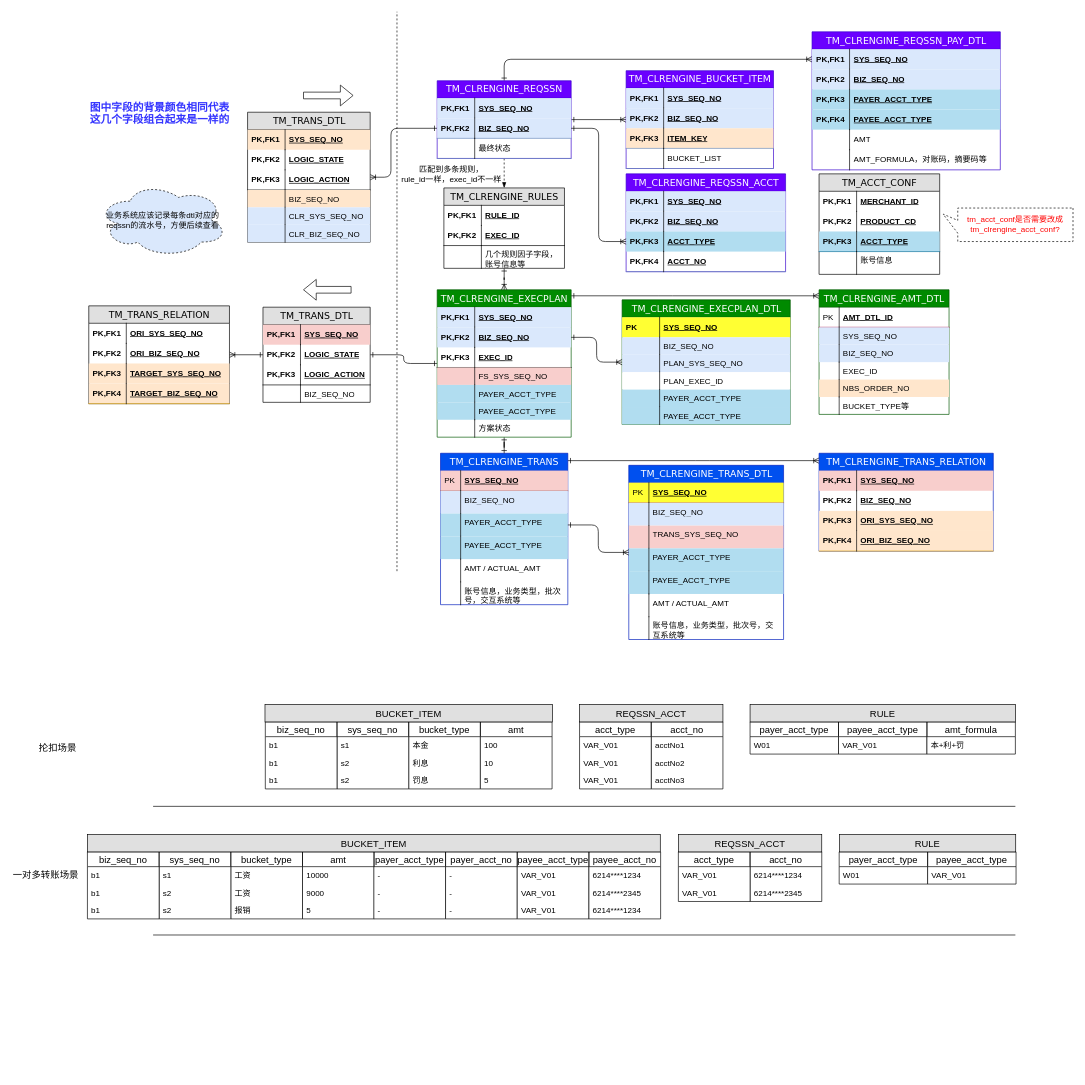
staconfree/design keeps this draw.io diagram as 清算引擎数据结构图.drawio. Above is the earlier version. Source tidied: cells renumbered, new cells numbered last; positions are measured from the earlier drawing's top-left corner, leaving out a move shared by most shapes. Both pictures are drawn from the tidied source at 67%, with x=0, y=0 at pixel (11, 11).
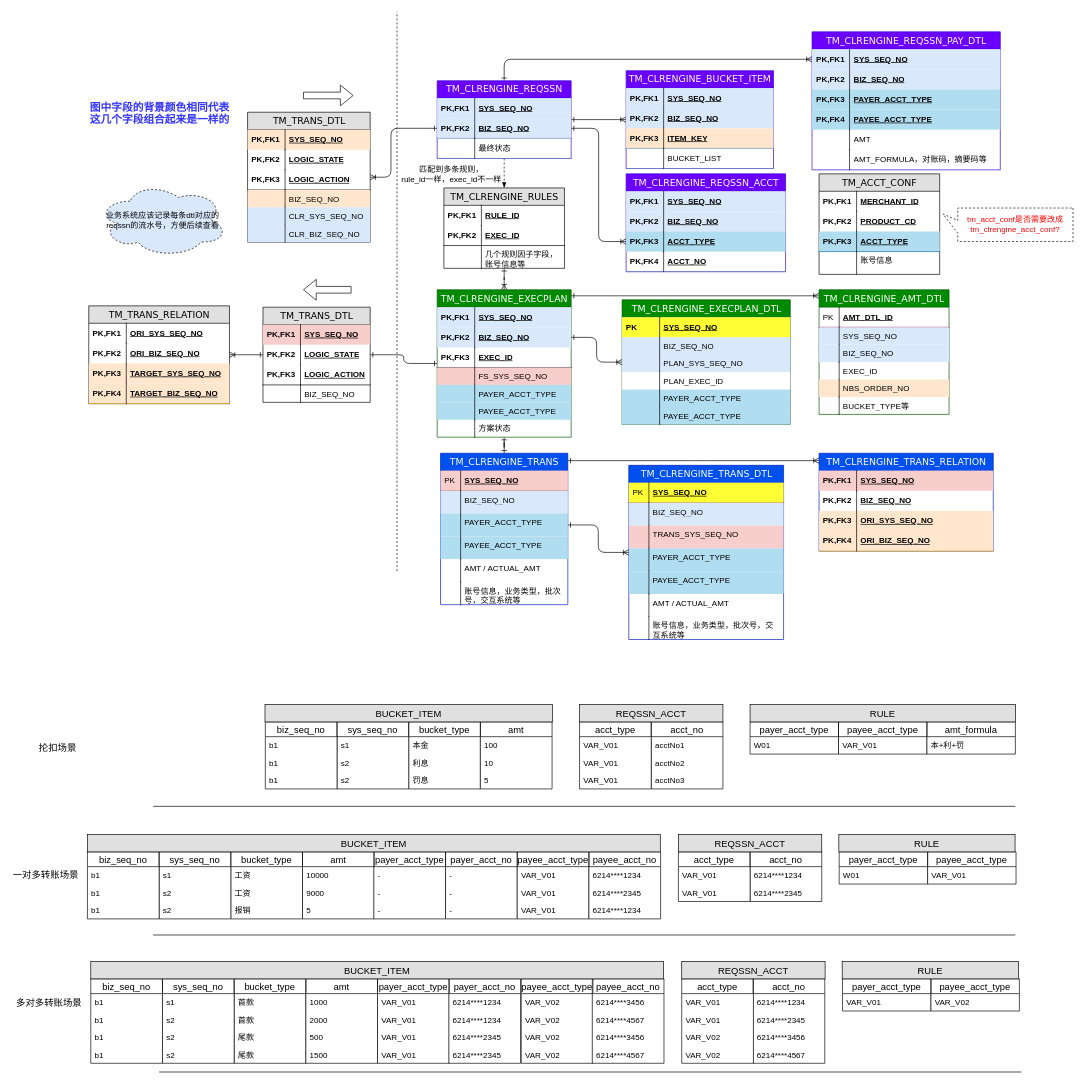
The same page after the edit.

Commit message (it also covers changes not shown here):
更新清算引擎数据结构图.drawio

Diff of the diagram source:
```diff
@@
     <mxCell id="265" value="RULE" style="text;align=center;verticalAlign=middle;spacingLeft=4;spacingRight=4;strokeColor=#000000;fillColor=#e0e0e0;fontSize=14;" parent="1" vertex="1">
-      <mxGeometry x="1236.5" y="1228" width="263" height="26" as="geometry" />
+      <mxGeometry x="1235.5" y="1228" width="263" height="26" as="geometry" />
     </mxCell>
@@
+    <mxCell id="267" value="bucket_type" style="swimlane;fontStyle=0;horizontal=1;startSize=22;fillColor=none;swimlaneFillColor=#ffffff;align=center;fontSize=14;" parent="1" vertex="1">
+      <mxGeometry x="333" y="1443.5" width="107" height="126" as="geometry" />
+    </mxCell>
+    <mxCell id="268" value="首款" style="text;strokeColor=none;fillColor=none;spacingLeft=4;spacingRight=4;overflow=hidden;fontSize=12;" parent="267" vertex="1">
+      <mxGeometry y="22" width="107" height="26" as="geometry" />
+    </mxCell>
+    <mxCell id="269" value="首款" style="text;strokeColor=none;fillColor=none;spacingLeft=4;spacingRight=4;overflow=hidden;fontSize=12;" parent="267" vertex="1">
+      <mxGeometry y="48" width="107" height="26" as="geometry" />
+    </mxCell>
+    <mxCell id="270" value="尾款" style="text;strokeColor=none;fillColor=none;spacingLeft=4;spacingRight=4;overflow=hidden;fontSize=12;" parent="267" vertex="1">
+      <mxGeometry y="74" width="107" height="26" as="geometry" />
+    </mxCell>
+    <mxCell id="271" value="尾款" style="text;strokeColor=none;fillColor=none;spacingLeft=4;spacingRight=4;overflow=hidden;fontSize=12;" parent="267" vertex="1">
+      <mxGeometry y="100" width="107" height="26" as="geometry" />
+    </mxCell>
+    <mxCell id="272" value="amt" style="swimlane;fontStyle=0;horizontal=1;startSize=22;fillColor=none;swimlaneFillColor=#ffffff;align=center;fontSize=14;" parent="1" vertex="1">
+      <mxGeometry x="440" y="1443.5" width="107" height="126" as="geometry" />
+    </mxCell>
+    <mxCell id="273" value="1000" style="text;strokeColor=none;fillColor=none;spacingLeft=4;spacingRight=4;overflow=hidden;fontSize=12;" parent="272" vertex="1">
+      <mxGeometry y="22" width="107" height="26" as="geometry" />
+    </mxCell>
+    <mxCell id="274" value="2000" style="text;strokeColor=none;fillColor=none;spacingLeft=4;spacingRight=4;overflow=hidden;fontSize=12;" parent="272" vertex="1">
+      <mxGeometry y="48" width="107" height="26" as="geometry" />
+    </mxCell>
+    <mxCell id="275" value="500" style="text;strokeColor=none;fillColor=none;spacingLeft=4;spacingRight=4;overflow=hidden;fontSize=12;" parent="272" vertex="1">
+      <mxGeometry y="74" width="107" height="26" as="geometry" />
+    </mxCell>
+    <mxCell id="276" value="1500" style="text;strokeColor=none;fillColor=none;spacingLeft=4;spacingRight=4;overflow=hidden;fontSize=12;" parent="272" vertex="1">
+      <mxGeometry y="100" width="107" height="26" as="geometry" />
+    </mxCell>
+    <mxCell id="277" value="payer_acct_type" style="swimlane;fontStyle=0;horizontal=1;startSize=22;fillColor=none;swimlaneFillColor=#ffffff;align=center;fontSize=14;" parent="1" vertex="1">
+      <mxGeometry x="547" y="1443.5" width="107" height="126" as="geometry" />
+    </mxCell>
+    <mxCell id="278" value="VAR_V01" style="text;strokeColor=none;fillColor=none;spacingLeft=4;spacingRight=4;overflow=hidden;fontSize=12;" parent="277" vertex="1">
+      <mxGeometry y="22" width="107" height="26" as="geometry" />
+    </mxCell>
+    <mxCell id="279" value="VAR_V01" style="text;strokeColor=none;fillColor=none;spacingLeft=4;spacingRight=4;overflow=hidden;fontSize=12;" parent="277" vertex="1">
+      <mxGeometry y="48" width="107" height="26" as="geometry" />
+    </mxCell>
+    <mxCell id="280" value="VAR_V01" style="text;strokeColor=none;fillColor=none;spacingLeft=4;spacingRight=4;overflow=hidden;fontSize=12;" parent="277" vertex="1">
+      <mxGeometry y="74" width="107" height="26" as="geometry" />
+    </mxCell>
+    <mxCell id="281" value="VAR_V01" style="text;strokeColor=none;fillColor=none;spacingLeft=4;spacingRight=4;overflow=hidden;fontSize=12;" parent="277" vertex="1">
+      <mxGeometry y="100" width="107" height="26" as="geometry" />
+    </mxCell>
+    <mxCell id="282" value="payer_acct_no" style="swimlane;fontStyle=0;horizontal=1;startSize=22;fillColor=none;swimlaneFillColor=#ffffff;align=center;fontSize=14;" parent="1" vertex="1">
+      <mxGeometry x="653.5" y="1443.5" width="107" height="126" as="geometry" />
+    </mxCell>
+    <mxCell id="283" value="6214****1234" style="text;strokeColor=none;fillColor=none;spacingLeft=4;spacingRight=4;overflow=hidden;fontSize=12;" parent="282" vertex="1">
+      <mxGeometry y="22" width="107" height="26" as="geometry" />
+    </mxCell>
+    <mxCell id="284" value="6214****1234" style="text;strokeColor=none;fillColor=none;spacingLeft=4;spacingRight=4;overflow=hidden;fontSize=12;" parent="282" vertex="1">
+      <mxGeometry y="48" width="107" height="26" as="geometry" />
+    </mxCell>
+    <mxCell id="285" value="6214****2345" style="text;strokeColor=none;fillColor=none;spacingLeft=4;spacingRight=4;overflow=hidden;fontSize=12;" parent="282" vertex="1">
+      <mxGeometry y="74" width="107" height="26" as="geometry" />
+    </mxCell>
+    <mxCell id="286" value="6214****2345" style="text;strokeColor=none;fillColor=none;spacingLeft=4;spacingRight=4;overflow=hidden;fontSize=12;" parent="282" vertex="1">
+      <mxGeometry y="100" width="107" height="26" as="geometry" />
+    </mxCell>
+    <mxCell id="287" value="payee_acct_type" style="swimlane;fontStyle=0;horizontal=1;startSize=22;fillColor=none;swimlaneFillColor=#ffffff;align=center;fontSize=14;" parent="1" vertex="1">
+      <mxGeometry x="761.5" y="1443.5" width="107" height="126" as="geometry" />
+    </mxCell>
+    <mxCell id="288" value="VAR_V02" style="text;strokeColor=none;fillColor=none;spacingLeft=4;spacingRight=4;overflow=hidden;fontSize=12;" parent="287" vertex="1">
+      <mxGeometry y="22" width="107" height="26" as="geometry" />
+    </mxCell>
+    <mxCell id="289" value="VAR_V02" style="text;strokeColor=none;fillColor=none;spacingLeft=4;spacingRight=4;overflow=hidden;fontSize=12;" parent="287" vertex="1">
+      <mxGeometry y="48" width="107" height="26" as="geometry" />
+    </mxCell>
+    <mxCell id="290" value="VAR_V02" style="text;strokeColor=none;fillColor=none;spacingLeft=4;spacingRight=4;overflow=hidden;fontSize=12;" parent="287" vertex="1">
+      <mxGeometry y="74" width="107" height="26" as="geometry" />
+    </mxCell>
+    <mxCell id="291" value="VAR_V02" style="text;strokeColor=none;fillColor=none;spacingLeft=4;spacingRight=4;overflow=hidden;fontSize=12;" parent="287" vertex="1">
+      <mxGeometry y="100" width="107" height="26" as="geometry" />
+    </mxCell>
+    <mxCell id="292" value="payee_acct_no" style="swimlane;fontStyle=0;horizontal=1;startSize=22;fillColor=none;swimlaneFillColor=#ffffff;align=center;fontSize=14;" parent="1" vertex="1">
+      <mxGeometry x="867.5" y="1443.5" width="107" height="126" as="geometry" />
+    </mxCell>
+    <mxCell id="293" value="6214****3456" style="text;strokeColor=none;fillColor=none;spacingLeft=4;spacingRight=4;overflow=hidden;fontSize=12;" parent="292" vertex="1">
+      <mxGeometry y="22" width="107" height="26" as="geometry" />
+    </mxCell>
+    <mxCell id="294" value="6214****4567" style="text;strokeColor=none;fillColor=none;spacingLeft=4;spacingRight=4;overflow=hidden;fontSize=12;" parent="292" vertex="1">
+      <mxGeometry y="48" width="107" height="26" as="geometry" />
+    </mxCell>
+    <mxCell id="295" value="6214****3456" style="text;strokeColor=none;fillColor=none;spacingLeft=4;spacingRight=4;overflow=hidden;fontSize=12;" parent="292" vertex="1">
+      <mxGeometry y="74" width="107" height="26" as="geometry" />
+    </mxCell>
+    <mxCell id="296" value="6214****4567" style="text;strokeColor=none;fillColor=none;spacingLeft=4;spacingRight=4;overflow=hidden;fontSize=12;" parent="292" vertex="1">
+      <mxGeometry y="100" width="107" height="26" as="geometry" />
+    </mxCell>
+    <mxCell id="297" value="sys_seq_no" style="swimlane;fontStyle=0;horizontal=1;startSize=22;fillColor=none;swimlaneFillColor=#ffffff;align=center;fontSize=14;" parent="1" vertex="1">
+      <mxGeometry x="226" y="1443.5" width="107" height="126" as="geometry" />
+    </mxCell>
+    <mxCell id="298" value="s1" style="text;strokeColor=none;fillColor=none;spacingLeft=4;spacingRight=4;overflow=hidden;fontSize=12;" parent="297" vertex="1">
+      <mxGeometry y="22" width="107" height="26" as="geometry" />
+    </mxCell>
+    <mxCell id="299" value="s2" style="text;strokeColor=none;fillColor=none;spacingLeft=4;spacingRight=4;overflow=hidden;fontSize=12;" parent="297" vertex="1">
+      <mxGeometry y="48" width="107" height="26" as="geometry" />
+    </mxCell>
+    <mxCell id="300" value="s2" style="text;strokeColor=none;fillColor=none;spacingLeft=4;spacingRight=4;overflow=hidden;fontSize=12;" parent="297" vertex="1">
+      <mxGeometry y="74" width="107" height="26" as="geometry" />
+    </mxCell>
+    <mxCell id="301" value="s2" style="text;strokeColor=none;fillColor=none;spacingLeft=4;spacingRight=4;overflow=hidden;fontSize=12;" parent="297" vertex="1">
+      <mxGeometry y="100" width="107" height="26" as="geometry" />
+    </mxCell>
+    <mxCell id="302" value="biz_seq_no" style="swimlane;fontStyle=0;horizontal=1;startSize=22;fillColor=none;swimlaneFillColor=#ffffff;align=center;fontSize=14;" parent="1" vertex="1">
+      <mxGeometry x="119" y="1443.5" width="107" height="126" as="geometry" />
+    </mxCell>
+    <mxCell id="303" value="b1" style="text;strokeColor=none;fillColor=none;spacingLeft=4;spacingRight=4;overflow=hidden;fontSize=12;" parent="302" vertex="1">
+      <mxGeometry y="22" width="107" height="26" as="geometry" />
+    </mxCell>
+    <mxCell id="304" value="b1" style="text;strokeColor=none;fillColor=none;spacingLeft=4;spacingRight=4;overflow=hidden;fontSize=12;" parent="302" vertex="1">
+      <mxGeometry y="48" width="107" height="26" as="geometry" />
+    </mxCell>
+    <mxCell id="305" value="b1" style="text;strokeColor=none;fillColor=none;spacingLeft=4;spacingRight=4;overflow=hidden;fontSize=12;" parent="302" vertex="1">
+      <mxGeometry y="74" width="107" height="26" as="geometry" />
+    </mxCell>
+    <mxCell id="306" value="b1" style="text;strokeColor=none;fillColor=none;spacingLeft=4;spacingRight=4;overflow=hidden;fontSize=12;" parent="302" vertex="1">
+      <mxGeometry y="100" width="107" height="26" as="geometry" />
+    </mxCell>
+    <mxCell id="307" value="BUCKET_ITEM" style="text;align=center;verticalAlign=middle;spacingLeft=4;spacingRight=4;strokeColor=#000000;fillColor=#e0e0e0;fontSize=14;" parent="1" vertex="1">
+      <mxGeometry x="119" y="1417.5" width="855" height="26" as="geometry" />
+    </mxCell>
+    <mxCell id="308" value="acct_no" style="swimlane;fontStyle=0;horizontal=1;startSize=22;fillColor=none;swimlaneFillColor=#ffffff;align=center;fontSize=14;" parent="1" vertex="1">
+      <mxGeometry x="1107.5" y="1443.5" width="107" height="126" as="geometry" />
+    </mxCell>
+    <mxCell id="309" value="6214****1234" style="text;strokeColor=none;fillColor=none;spacingLeft=4;spacingRight=4;overflow=hidden;fontSize=12;" parent="308" vertex="1">
+      <mxGeometry y="22" width="107" height="26" as="geometry" />
+    </mxCell>
+    <mxCell id="310" value="6214****2345" style="text;strokeColor=none;fillColor=none;spacingLeft=4;spacingRight=4;overflow=hidden;fontSize=12;" parent="308" vertex="1">
+      <mxGeometry y="48" width="107" height="26" as="geometry" />
+    </mxCell>
+    <mxCell id="311" value="6214****3456" style="text;strokeColor=none;fillColor=none;spacingLeft=4;spacingRight=4;overflow=hidden;fontSize=12;" parent="308" vertex="1">
+      <mxGeometry y="74" width="107" height="26" as="geometry" />
+    </mxCell>
+    <mxCell id="312" value="6214****4567" style="text;strokeColor=none;fillColor=none;spacingLeft=4;spacingRight=4;overflow=hidden;fontSize=12;" parent="308" vertex="1">
+      <mxGeometry y="100" width="107" height="26" as="geometry" />
+    </mxCell>
+    <mxCell id="313" value="acct_type" style="swimlane;fontStyle=0;horizontal=1;startSize=22;fillColor=none;swimlaneFillColor=#ffffff;align=center;fontSize=14;" parent="1" vertex="1">
+      <mxGeometry x="1001" y="1443.5" width="107" height="126" as="geometry" />
+    </mxCell>
+    <mxCell id="314" value="VAR_V01" style="text;strokeColor=none;fillColor=none;spacingLeft=4;spacingRight=4;overflow=hidden;fontSize=12;" parent="313" vertex="1">
+      <mxGeometry y="22" width="107" height="26" as="geometry" />
+    </mxCell>
+    <mxCell id="315" value="VAR_V01" style="text;strokeColor=none;fillColor=none;spacingLeft=4;spacingRight=4;overflow=hidden;fontSize=12;" parent="313" vertex="1">
+      <mxGeometry y="48" width="107" height="26" as="geometry" />
+    </mxCell>
+    <mxCell id="316" value="VAR_V02" style="text;strokeColor=none;fillColor=none;spacingLeft=4;spacingRight=4;overflow=hidden;fontSize=12;" parent="313" vertex="1">
+      <mxGeometry y="74" width="107" height="26" as="geometry" />
+    </mxCell>
+    <mxCell id="317" value="VAR_V02" style="text;strokeColor=none;fillColor=none;spacingLeft=4;spacingRight=4;overflow=hidden;fontSize=12;" parent="313" vertex="1">
+      <mxGeometry y="100" width="107" height="26" as="geometry" />
+    </mxCell>
+    <mxCell id="318" value="REQSSN_ACCT" style="text;align=center;verticalAlign=middle;spacingLeft=4;spacingRight=4;strokeColor=#000000;fillColor=#e0e0e0;fontSize=14;" parent="1" vertex="1">
+      <mxGeometry x="1001" y="1417.5" width="214" height="26" as="geometry" />
+    </mxCell>
+    <mxCell id="319" value="多对多转账场景" style="text;html=1;align=left;verticalAlign=top;spacingTop=-4;fontSize=14;" parent="1" vertex="1">
+      <mxGeometry x="5.5" y="1467.5" width="108" height="17" as="geometry" />
+    </mxCell>
+    <mxCell id="320" value="payer_acct_type" style="swimlane;fontStyle=0;horizontal=1;startSize=22;fillColor=none;swimlaneFillColor=#ffffff;align=center;fontSize=14;" parent="1" vertex="1">
+      <mxGeometry x="1241" y="1443.5" width="132" height="48" as="geometry" />
+    </mxCell>
+    <mxCell id="321" value="VAR_V01" style="text;strokeColor=none;fillColor=none;spacingLeft=4;spacingRight=4;overflow=hidden;fontSize=12;" parent="320" vertex="1">
+      <mxGeometry y="22" width="132" height="26" as="geometry" />
+    </mxCell>
+    <mxCell id="322" value="payee_acct_type" style="swimlane;fontStyle=0;horizontal=1;startSize=22;fillColor=none;swimlaneFillColor=#ffffff;align=center;fontSize=14;" parent="1" vertex="1">
+      <mxGeometry x="1373" y="1443.5" width="132" height="48" as="geometry" />
+    </mxCell>
+    <mxCell id="323" value="VAR_V02" style="text;strokeColor=none;fillColor=none;spacingLeft=4;spacingRight=4;overflow=hidden;fontSize=12;" parent="322" vertex="1">
+      <mxGeometry y="22" width="132" height="26" as="geometry" />
+    </mxCell>
+    <mxCell id="324" value="RULE" style="text;align=center;verticalAlign=middle;spacingLeft=4;spacingRight=4;strokeColor=#000000;fillColor=#e0e0e0;fontSize=14;" parent="1" vertex="1">
+      <mxGeometry x="1240.5" y="1417.5" width="263" height="26" as="geometry" />
+    </mxCell>
+    <mxCell id="325" style="endArrow=none;html=1;fontSize=14;" parent="1" edge="1">
+      <mxGeometry relative="1" as="geometry">
+        <mxPoint x="221" y="1582.5" as="sourcePoint" />
+        <mxPoint x="1508" y="1582.5" as="targetPoint" />
+      </mxGeometry>
+    </mxCell>
```
